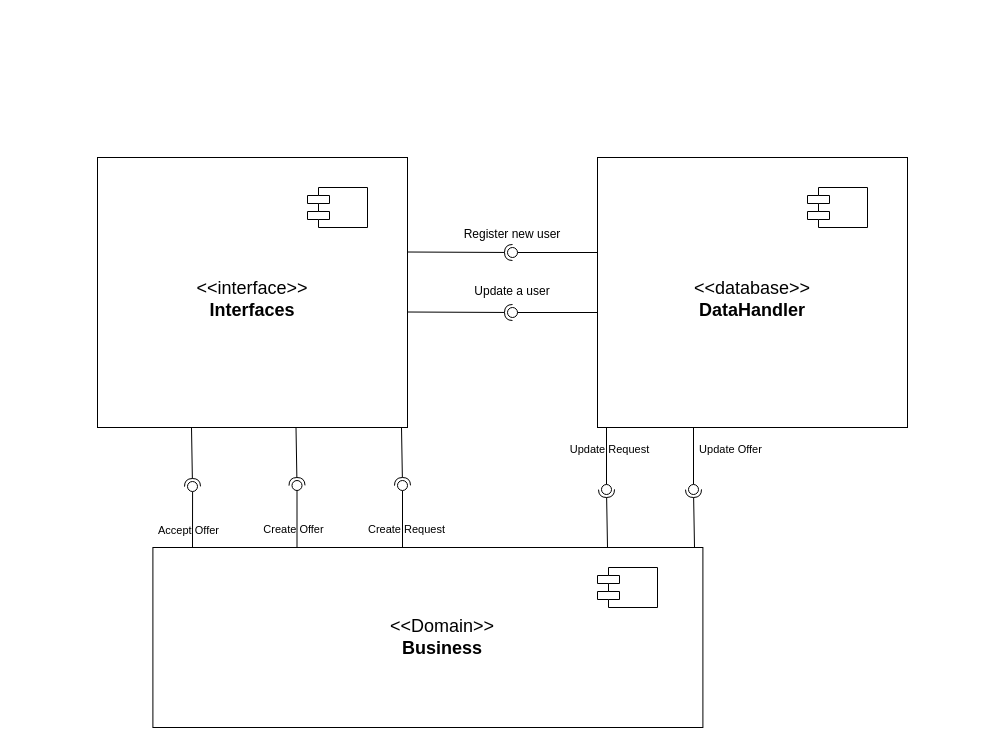
Earlier version of the draw.io diagram diagrams/Component Diagram.drawio (KareemMAX/CarApp). Source tidied: cells renumbered, new cells numbered last; positions are measured from the earlier drawing's top-left corner, leaving out a move shared by most shapes. Both pictures are drawn from the tidied source at 100%, with x=0, y=0 at pixel (97, 157).
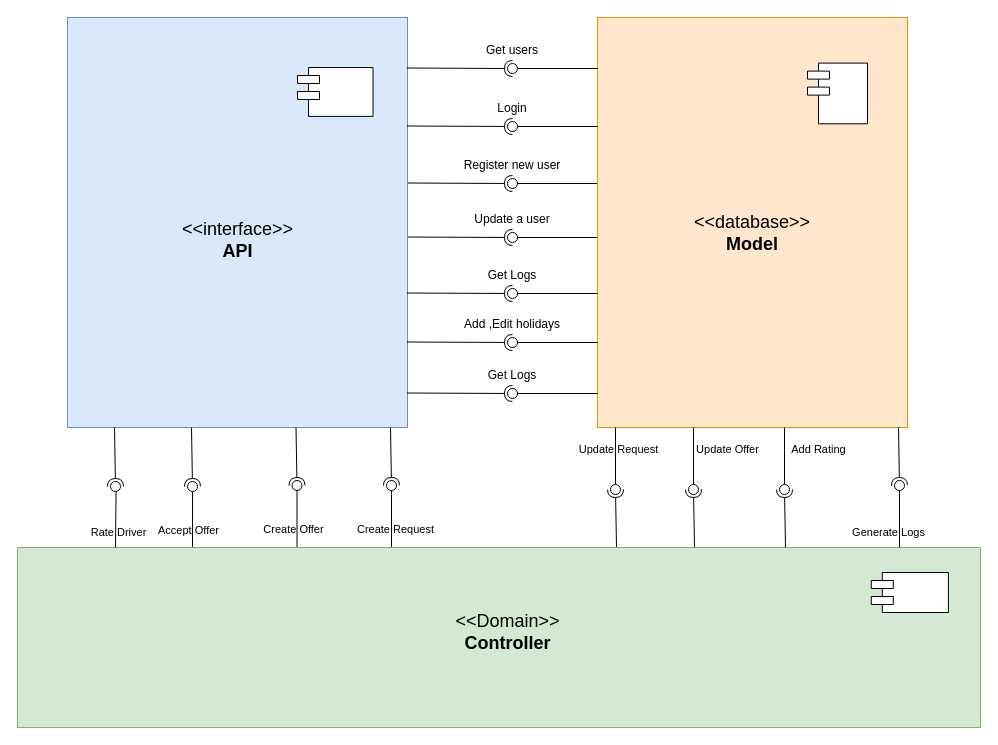
The same diagram, later.

Commit message (it also covers changes not shown here):
Fixed Component & systemdeco Diagrams

What changed in the source:
```diff
@@
     <mxCell id="2" value="&lt;font style=&quot;font-size: 12px&quot;&gt;Register new user&lt;/font&gt;" style="text;html=1;strokeColor=none;fillColor=none;align=center;verticalAlign=middle;whiteSpace=wrap;rounded=0;fontSize=18;" parent="1" vertex="1">
-      <mxGeometry x="350" y="60" width="130" height="30" as="geometry" />
+      <mxGeometry x="350" y="-9" width="130" height="30" as="geometry" />
     </mxCell>
     <mxCell id="3" value="&lt;font style=&quot;font-size: 12px&quot;&gt;Update a user&lt;/font&gt;" style="text;html=1;strokeColor=none;fillColor=none;align=center;verticalAlign=middle;whiteSpace=wrap;rounded=0;fontSize=18;" parent="1" vertex="1">
-      <mxGeometry x="350" y="117" width="130" height="30" as="geometry" />
+      <mxGeometry x="350" y="44" width="130" height="32" as="geometry" />
     </mxCell>
     <mxCell id="4" value="&lt;font style=&quot;font-size: 11px&quot;&gt;Create Request&lt;/font&gt;" style="text;html=1;strokeColor=none;fillColor=none;align=center;verticalAlign=middle;whiteSpace=wrap;rounded=0;fontSize=18;" parent="1" vertex="1">
-      <mxGeometry x="267" y="360" width="85" height="20" as="geometry" />
+      <mxGeometry x="256" y="360" width="85" height="20" as="geometry" />
     </mxCell>
     <mxCell id="5" style="group;" parent="1" vertex="1">
-      <mxGeometry x="309.4" y="90" width="190.6" height="10" as="geometry" />
+      <mxGeometry x="309.4" y="21" width="190.6" height="10" as="geometry" />
     </mxCell>
@@
     <mxCell id="9" style="group;" parent="1" vertex="1">
-      <mxGeometry x="309.4" y="150" width="190.6" height="10" as="geometry" />
+      <mxGeometry x="309.4" y="75" width="190.6" height="12" as="geometry" />
     </mxCell>
@@
     <mxCell id="13" style="group;" parent="1" vertex="1">
-      <mxGeometry x="500" width="310" height="270" as="geometry" />
+      <mxGeometry x="500" y="-140" width="310" height="410" as="geometry" />
     </mxCell>
-    <mxCell id="14" style="rounded=0;whiteSpace=wrap;html=1;" parent="13" vertex="1">
-      <mxGeometry width="310" height="270" as="geometry" />
+    <mxCell id="14" style="rounded=0;whiteSpace=wrap;html=1;fillColor=#ffe6cc;strokeColor=#d79b00;" parent="13" vertex="1">
+      <mxGeometry width="310" height="410" as="geometry" />
     </mxCell>
     <mxCell id="15" style="shape=module;align=left;spacingLeft=20;align=center;verticalAlign=top;jettyWidth=22;jettyHeight=8;" parent="13" vertex="1">
-      <mxGeometry x="210" y="30" width="60" height="40" as="geometry" />
+      <mxGeometry x="210" y="45.6" width="60" height="60.7" as="geometry" />
     </mxCell>
-    <mxCell id="16" value="&lt;font style=&quot;font-size: 18px&quot;&gt;&amp;lt;&amp;lt;database&amp;gt;&amp;gt;&lt;br&gt;&lt;font style=&quot;font-size: 18px&quot;&gt;&lt;b&gt;DataHandler&lt;/b&gt;&lt;/font&gt;&lt;/font&gt;" style="text;html=1;strokeColor=none;fillColor=none;align=center;verticalAlign=middle;whiteSpace=wrap;rounded=0;" parent="13" vertex="1">
-      <mxGeometry x="100" y="127" width="110" height="30" as="geometry" />
+    <mxCell id="16" value="&lt;font style=&quot;font-size: 18px&quot;&gt;&amp;lt;&amp;lt;database&amp;gt;&amp;gt;&lt;br&gt;&lt;font style=&quot;font-size: 18px&quot;&gt;&lt;b&gt;Model&lt;/b&gt;&lt;/font&gt;&lt;/font&gt;" style="text;html=1;strokeColor=none;fillColor=none;align=center;verticalAlign=middle;whiteSpace=wrap;rounded=0;" parent="13" vertex="1">
+      <mxGeometry x="100" y="192.9" width="110" height="45.6" as="geometry" />
     </mxCell>
-    <mxCell id="17" style="group;" parent="1" vertex="1">
-      <mxGeometry width="310" height="270" as="geometry" />
+    <mxCell id="17" style="group;fillColor=#dae8fc;strokeColor=#6c8ebf;" parent="1" vertex="1">
+      <mxGeometry x="-30" y="-60" width="340" height="330" as="geometry" />
     </mxCell>
-    <mxCell id="18" style="rounded=0;whiteSpace=wrap;html=1;" parent="17" vertex="1">
-      <mxGeometry width="310" height="270" as="geometry" />
+    <mxCell id="18" style="rounded=0;whiteSpace=wrap;html=1;fillColor=#dae8fc;strokeColor=#6c8ebf;" parent="17" vertex="1">
+      <mxGeometry y="-80" width="340" height="410" as="geometry" />
     </mxCell>
-    <mxCell id="19" style="shape=module;align=left;spacingLeft=20;align=center;verticalAlign=top;jettyWidth=22;jettyHeight=8;" parent="17" vertex="1">
-      <mxGeometry x="210" y="30" width="60" height="40" as="geometry" />
-    </mxCell>
-    <mxCell id="20" value="&lt;font style=&quot;font-size: 18px&quot;&gt;&amp;lt;&amp;lt;interface&amp;gt;&amp;gt;&lt;br&gt;&lt;font style=&quot;font-size: 18px&quot;&gt;&lt;b&gt;Interfaces&lt;/b&gt;&lt;/font&gt;&lt;/font&gt;" style="text;html=1;strokeColor=none;fillColor=none;align=center;verticalAlign=middle;whiteSpace=wrap;rounded=0;" parent="17" vertex="1">
-      <mxGeometry x="100" y="127" width="110" height="30" as="geometry" />
+    <mxCell id="20" value="&lt;font style=&quot;font-size: 18px&quot;&gt;&amp;lt;&amp;lt;interface&amp;gt;&amp;gt;&lt;br&gt;&lt;font style=&quot;font-size: 18px&quot;&gt;&lt;b&gt;API&lt;/b&gt;&lt;/font&gt;&lt;/font&gt;" style="text;html=1;strokeColor=none;fillColor=none;align=center;verticalAlign=middle;whiteSpace=wrap;rounded=0;" parent="17" vertex="1">
+      <mxGeometry x="109.7" y="124.2" width="120.6" height="36.7" as="geometry" />
     </mxCell>
-    <mxCell id="21" style="group;" parent="1" vertex="1">
-      <mxGeometry x="385" y="300" width="310" height="270" as="geometry" />
-    </mxCell>
-    <mxCell id="22" style="rounded=0;whiteSpace=wrap;html=1;" parent="21" vertex="1">
-      <mxGeometry x="-329.6" y="90" width="550" height="180" as="geometry" />
-    </mxCell>
-    <mxCell id="23" style="shape=module;align=left;spacingLeft=20;align=center;verticalAlign=top;jettyWidth=22;jettyHeight=8;" parent="21" vertex="1">
-      <mxGeometry x="115" y="110" width="60" height="40" as="geometry" />
-    </mxCell>
@@
     <mxCell id="34" style="group;rotation=-180;" parent="1" vertex="1">
-      <mxGeometry x="300" y="270" width="10" height="120" as="geometry" />
+      <mxGeometry x="289" y="270" width="10" height="120" as="geometry" />
     </mxCell>
@@
     <mxCell id="42" value="&lt;font style=&quot;font-size: 11px&quot;&gt;Update Offer&lt;/font&gt;" style="text;html=1;strokeColor=none;fillColor=none;align=center;verticalAlign=middle;whiteSpace=wrap;rounded=0;fontSize=18;" parent="1" vertex="1">
-      <mxGeometry x="591" y="280" width="85" height="20" as="geometry" />
+      <mxGeometry x="588" y="280" width="85" height="20" as="geometry" />
     </mxCell>
     <mxCell id="43" style="group;rotation=0;" parent="1" vertex="1">
-      <mxGeometry x="504" y="270" width="10" height="120" as="geometry" />
+      <mxGeometry x="513" y="270" width="10" height="120" as="geometry" />
     </mxCell>
@@
     <mxCell id="47" value="&lt;font style=&quot;font-size: 11px&quot;&gt;Update Request&lt;/font&gt;" style="text;html=1;strokeColor=none;fillColor=none;align=center;verticalAlign=middle;whiteSpace=wrap;rounded=0;fontSize=18;" parent="1" vertex="1">
-      <mxGeometry x="470" y="280" width="85" height="20" as="geometry" />
+      <mxGeometry x="479" y="280" width="85" height="20" as="geometry" />
     </mxCell>
+    <mxCell id="49" value="&lt;font style=&quot;font-size: 12px&quot;&gt;Get Logs&lt;/font&gt;" style="text;html=1;strokeColor=none;fillColor=none;align=center;verticalAlign=middle;whiteSpace=wrap;rounded=0;fontSize=18;" parent="1" vertex="1">
+      <mxGeometry x="350" y="100" width="130" height="32" as="geometry" />
+    </mxCell>
+    <mxCell id="50" style="group;" parent="1" vertex="1">
+      <mxGeometry x="309.4" y="131" width="190.6" height="12" as="geometry" />
+    </mxCell>
+    <mxCell id="51" style="ellipse;whiteSpace=wrap;html=1;align=center;points=[];outlineConnect=0;sketch=0;" parent="50" vertex="1">
+      <mxGeometry x="100.6" width="10" height="10" as="geometry" />
+    </mxCell>
+    <mxCell id="52" style="rounded=0;jettySize=auto;html=1;endArrow=halfCircle;endFill=0;entryX=0.5;entryY=0.5;endSize=6;strokeWidth=1;sketch=0;exitX=0.998;exitY=0.561;exitDx=0;exitDy=0;exitPerimeter=0;" parent="50" edge="1" target="51">
+      <mxGeometry relative="1" as="geometry">
+        <mxPoint y="4.5" as="sourcePoint" />
+      </mxGeometry>
+    </mxCell>
+    <mxCell id="53" style="rounded=0;jettySize=auto;html=1;endArrow=none;endFill=0;sketch=0;sourcePerimeterSpacing=0;targetPerimeterSpacing=0;exitX=0;exitY=0.563;exitDx=0;exitDy=0;exitPerimeter=0;" parent="50" edge="1" target="51">
+      <mxGeometry relative="1" as="geometry">
+        <mxPoint x="190.6" y="5" as="sourcePoint" />
+      </mxGeometry>
+    </mxCell>
+    <mxCell id="54" style="group;fillColor=#d5e8d4;strokeColor=#82b366;" parent="1" vertex="1">
+      <mxGeometry x="-80" y="390" width="963" height="180" as="geometry" />
+    </mxCell>
+    <mxCell id="22" style="rounded=0;whiteSpace=wrap;html=1;fillColor=#d5e8d4;strokeColor=#82b366;" parent="54" vertex="1">
+      <mxGeometry width="963" height="180" as="geometry" />
+    </mxCell>
+    <mxCell id="23" style="shape=module;align=left;spacingLeft=20;align=center;verticalAlign=top;jettyWidth=22;jettyHeight=8;" parent="54" vertex="1">
+      <mxGeometry x="853.8" y="25" width="77.1" height="40" as="geometry" />
+    </mxCell>
-    <mxCell id="48" value="&lt;font style=&quot;font-size: 18px&quot;&gt;&amp;lt;&amp;lt;Domain&amp;gt;&amp;gt;&lt;br&gt;&lt;font style=&quot;font-size: 18px&quot;&gt;&lt;b&gt;Business&lt;/b&gt;&lt;/font&gt;&lt;/font&gt;" style="text;html=1;strokeColor=none;fillColor=none;align=center;verticalAlign=middle;whiteSpace=wrap;rounded=0;" parent="1" vertex="1">
-      <mxGeometry x="290" y="465" width="110" height="30" as="geometry" />
+    <mxCell id="48" value="&lt;font style=&quot;font-size: 18px&quot;&gt;&amp;lt;&amp;lt;Domain&amp;gt;&amp;gt;&lt;br&gt;&lt;font style=&quot;font-size: 18px&quot;&gt;&lt;b&gt;Controller&lt;/b&gt;&lt;/font&gt;&lt;/font&gt;" style="text;html=1;strokeColor=none;fillColor=none;align=center;verticalAlign=middle;whiteSpace=wrap;rounded=0;" parent="54" vertex="1">
+      <mxGeometry x="419.5" y="70" width="141.3" height="30" as="geometry" />
     </mxCell>
+    <mxCell id="55" style="group;rotation=-180;" parent="1" vertex="1">
+      <mxGeometry x="797" y="270" width="10" height="120" as="geometry" />
+    </mxCell>
+    <mxCell id="56" style="rounded=0;jettySize=auto;html=1;endArrow=none;endFill=0;sketch=0;sourcePerimeterSpacing=0;targetPerimeterSpacing=0;fontSize=12;" parent="55" edge="1" target="58">
+      <mxGeometry relative="1" as="geometry">
+        <mxPoint x="5" y="120" as="sourcePoint" />
+      </mxGeometry>
+    </mxCell>
+    <mxCell id="57" style="rounded=0;jettySize=auto;html=1;endArrow=halfCircle;endFill=0;entryX=0.5;entryY=0.5;endSize=6;strokeWidth=1;sketch=0;fontSize=12;exitX=0.175;exitY=0;exitDx=0;exitDy=0;exitPerimeter=0;" parent="55" edge="1" target="58">
+      <mxGeometry relative="1" as="geometry">
+        <mxPoint x="4" as="sourcePoint" />
+      </mxGeometry>
+    </mxCell>
+    <mxCell id="58" style="ellipse;whiteSpace=wrap;html=1;align=center;points=[];outlineConnect=0;sketch=0;fontSize=12;rotation=-180;" parent="55" vertex="1">
+      <mxGeometry y="53" width="10" height="10" as="geometry" />
+    </mxCell>
+    <mxCell id="59" value="&lt;font style=&quot;font-size: 11px&quot;&gt;Generate Logs&lt;/font&gt;" style="text;html=1;strokeColor=none;fillColor=none;align=center;verticalAlign=middle;whiteSpace=wrap;rounded=0;fontSize=18;" parent="1" vertex="1">
+      <mxGeometry x="749" y="363" width="85" height="20" as="geometry" />
+    </mxCell>
+    <mxCell id="60" value="&lt;font style=&quot;font-size: 12px&quot;&gt;Add ,Edit holidays&lt;/font&gt;" style="text;html=1;strokeColor=none;fillColor=none;align=center;verticalAlign=middle;whiteSpace=wrap;rounded=0;fontSize=18;" parent="1" vertex="1">
+      <mxGeometry x="350" y="149" width="130" height="32" as="geometry" />
+    </mxCell>
+    <mxCell id="61" style="group;" parent="1" vertex="1">
+      <mxGeometry x="309.4" y="180" width="190.6" height="12" as="geometry" />
+    </mxCell>
+    <mxCell id="62" style="ellipse;whiteSpace=wrap;html=1;align=center;points=[];outlineConnect=0;sketch=0;" parent="61" vertex="1">
+      <mxGeometry x="100.6" width="10" height="10" as="geometry" />
+    </mxCell>
+    <mxCell id="63" style="rounded=0;jettySize=auto;html=1;endArrow=halfCircle;endFill=0;entryX=0.5;entryY=0.5;endSize=6;strokeWidth=1;sketch=0;exitX=0.998;exitY=0.561;exitDx=0;exitDy=0;exitPerimeter=0;" parent="61" edge="1" target="62">
+      <mxGeometry relative="1" as="geometry">
+        <mxPoint y="4.5" as="sourcePoint" />
+      </mxGeometry>
+    </mxCell>
+    <mxCell id="64" style="rounded=0;jettySize=auto;html=1;endArrow=none;endFill=0;sketch=0;sourcePerimeterSpacing=0;targetPerimeterSpacing=0;exitX=0;exitY=0.563;exitDx=0;exitDy=0;exitPerimeter=0;" parent="61" edge="1" target="62">
+      <mxGeometry relative="1" as="geometry">
+        <mxPoint x="190.6" y="5" as="sourcePoint" />
+      </mxGeometry>
+    </mxCell>
+    <mxCell id="65" value="&lt;font style=&quot;font-size: 12px&quot;&gt;Get Logs&lt;/font&gt;" style="text;html=1;strokeColor=none;fillColor=none;align=center;verticalAlign=middle;whiteSpace=wrap;rounded=0;fontSize=18;" parent="1" vertex="1">
+      <mxGeometry x="350" y="200" width="130" height="32" as="geometry" />
+    </mxCell>
+    <mxCell id="66" style="group;" parent="1" vertex="1">
+      <mxGeometry x="309.4" y="231" width="190.6" height="12" as="geometry" />
+    </mxCell>
+    <mxCell id="67" style="ellipse;whiteSpace=wrap;html=1;align=center;points=[];outlineConnect=0;sketch=0;" parent="66" vertex="1">
+      <mxGeometry x="100.6" width="10" height="10" as="geometry" />
+    </mxCell>
+    <mxCell id="68" style="rounded=0;jettySize=auto;html=1;endArrow=halfCircle;endFill=0;entryX=0.5;entryY=0.5;endSize=6;strokeWidth=1;sketch=0;exitX=0.998;exitY=0.561;exitDx=0;exitDy=0;exitPerimeter=0;" parent="66" edge="1" target="67">
+      <mxGeometry relative="1" as="geometry">
+        <mxPoint y="4.5" as="sourcePoint" />
+      </mxGeometry>
+    </mxCell>
+    <mxCell id="69" style="rounded=0;jettySize=auto;html=1;endArrow=none;endFill=0;sketch=0;sourcePerimeterSpacing=0;targetPerimeterSpacing=0;exitX=0;exitY=0.563;exitDx=0;exitDy=0;exitPerimeter=0;" parent="66" edge="1" target="67">
+      <mxGeometry relative="1" as="geometry">
+        <mxPoint x="190.6" y="5" as="sourcePoint" />
+      </mxGeometry>
+    </mxCell>
+    <mxCell id="70" style="group;" parent="1" vertex="1">
+      <mxGeometry x="309.4" y="-94" width="190.6" height="10" as="geometry" />
+    </mxCell>
+    <mxCell id="71" style="rounded=0;jettySize=auto;html=1;endArrow=none;endFill=0;sketch=0;sourcePerimeterSpacing=0;targetPerimeterSpacing=0;exitX=0;exitY=0.563;exitDx=0;exitDy=0;exitPerimeter=0;" parent="70" edge="1" target="73">
+      <mxGeometry relative="1" as="geometry">
+        <mxPoint x="190.6" y="5" as="sourcePoint" />
+      </mxGeometry>
+    </mxCell>
+    <mxCell id="72" style="rounded=0;jettySize=auto;html=1;endArrow=halfCircle;endFill=0;entryX=0.5;entryY=0.5;endSize=6;strokeWidth=1;sketch=0;exitX=0.998;exitY=0.561;exitDx=0;exitDy=0;exitPerimeter=0;" parent="70" edge="1" target="73">
+      <mxGeometry relative="1" as="geometry">
+        <mxPoint y="4.5" as="sourcePoint" />
+      </mxGeometry>
+    </mxCell>
+    <mxCell id="73" style="ellipse;whiteSpace=wrap;html=1;align=center;points=[];outlineConnect=0;sketch=0;" parent="70" vertex="1">
+      <mxGeometry x="100.6" width="10" height="10" as="geometry" />
+    </mxCell>
+    <mxCell id="74" value="&lt;font style=&quot;font-size: 12px&quot;&gt;Get users&lt;br&gt;&lt;/font&gt;" style="text;html=1;strokeColor=none;fillColor=none;align=center;verticalAlign=middle;whiteSpace=wrap;rounded=0;fontSize=18;" parent="1" vertex="1">
+      <mxGeometry x="350" y="-124" width="130" height="30" as="geometry" />
+    </mxCell>
+    <mxCell id="19" style="shape=module;align=left;spacingLeft=20;align=center;verticalAlign=top;jettyWidth=22;jettyHeight=8;" parent="1" vertex="1">
+      <mxGeometry x="200" y="-90" width="75.5" height="48.9" as="geometry" />
+    </mxCell>
+    <mxCell id="75" value="&lt;font style=&quot;font-size: 12px&quot;&gt;Login&lt;br&gt;&lt;/font&gt;" style="text;html=1;strokeColor=none;fillColor=none;align=center;verticalAlign=middle;whiteSpace=wrap;rounded=0;fontSize=18;" parent="1" vertex="1">
+      <mxGeometry x="350" y="-66" width="130" height="30" as="geometry" />
+    </mxCell>
+    <mxCell id="76" style="group;" parent="1" vertex="1">
+      <mxGeometry x="309.4" y="-36" width="190.6" height="10" as="geometry" />
+    </mxCell>
+    <mxCell id="77" style="rounded=0;jettySize=auto;html=1;endArrow=none;endFill=0;sketch=0;sourcePerimeterSpacing=0;targetPerimeterSpacing=0;exitX=0;exitY=0.563;exitDx=0;exitDy=0;exitPerimeter=0;" parent="76" edge="1" target="79">
+      <mxGeometry relative="1" as="geometry">
+        <mxPoint x="190.6" y="5" as="sourcePoint" />
+      </mxGeometry>
+    </mxCell>
+    <mxCell id="78" style="rounded=0;jettySize=auto;html=1;endArrow=halfCircle;endFill=0;entryX=0.5;entryY=0.5;endSize=6;strokeWidth=1;sketch=0;exitX=0.998;exitY=0.561;exitDx=0;exitDy=0;exitPerimeter=0;" parent="76" edge="1" target="79">
+      <mxGeometry relative="1" as="geometry">
+        <mxPoint y="4.5" as="sourcePoint" />
+      </mxGeometry>
+    </mxCell>
+    <mxCell id="79" style="ellipse;whiteSpace=wrap;html=1;align=center;points=[];outlineConnect=0;sketch=0;" parent="76" vertex="1">
+      <mxGeometry x="100.6" width="10" height="10" as="geometry" />
+    </mxCell>
+    <mxCell id="80" value="&lt;span style=&quot;font-size: 11px&quot;&gt;Add Rating&lt;/span&gt;" style="text;html=1;strokeColor=none;fillColor=none;align=center;verticalAlign=middle;whiteSpace=wrap;rounded=0;fontSize=18;" parent="1" vertex="1">
+      <mxGeometry x="679" y="280" width="85" height="20" as="geometry" />
+    </mxCell>
+    <mxCell id="81" style="group;rotation=0;" parent="1" vertex="1">
+      <mxGeometry x="682" y="270" width="10" height="120" as="geometry" />
+    </mxCell>
+    <mxCell id="82" style="rounded=0;jettySize=auto;html=1;endArrow=none;endFill=0;sketch=0;sourcePerimeterSpacing=0;targetPerimeterSpacing=0;fontSize=12;" parent="81" edge="1" target="84">
+      <mxGeometry relative="1" as="geometry">
+        <mxPoint x="5" as="sourcePoint" />
+      </mxGeometry>
+    </mxCell>
+    <mxCell id="83" style="rounded=0;jettySize=auto;html=1;endArrow=halfCircle;endFill=0;entryX=0.5;entryY=0.5;endSize=6;strokeWidth=1;sketch=0;fontSize=12;exitX=0.175;exitY=0;exitDx=0;exitDy=0;exitPerimeter=0;" parent="81" edge="1" target="84">
+      <mxGeometry relative="1" as="geometry">
+        <mxPoint x="6" y="120" as="sourcePoint" />
+      </mxGeometry>
+    </mxCell>
+    <mxCell id="84" style="ellipse;whiteSpace=wrap;html=1;align=center;points=[];outlineConnect=0;sketch=0;fontSize=12;rotation=0;" parent="81" vertex="1">
+      <mxGeometry y="57" width="10" height="10" as="geometry" />
+    </mxCell>
+    <mxCell id="85" value="&lt;span style=&quot;font-size: 11px&quot;&gt;Rate Driver&lt;/span&gt;" style="text;html=1;strokeColor=none;fillColor=none;align=center;verticalAlign=middle;whiteSpace=wrap;rounded=0;fontSize=18;" parent="1" vertex="1">
+      <mxGeometry x="-21.5" y="363" width="85" height="20" as="geometry" />
+    </mxCell>
+    <mxCell id="86" style="group;rotation=-180;" parent="1" vertex="1">
+      <mxGeometry x="13" y="270" width="10" height="120" as="geometry" />
+    </mxCell>
+    <mxCell id="87" style="rounded=0;jettySize=auto;html=1;endArrow=none;endFill=0;sketch=0;sourcePerimeterSpacing=0;targetPerimeterSpacing=0;fontSize=12;" parent="86" edge="1" target="89">
+      <mxGeometry relative="1" as="geometry">
+        <mxPoint x="5" y="120" as="sourcePoint" />
+      </mxGeometry>
+    </mxCell>
+    <mxCell id="88" style="rounded=0;jettySize=auto;html=1;endArrow=halfCircle;endFill=0;entryX=0.5;entryY=0.5;endSize=6;strokeWidth=1;sketch=0;fontSize=12;exitX=0.175;exitY=0;exitDx=0;exitDy=0;exitPerimeter=0;" parent="86" edge="1" target="89">
+      <mxGeometry relative="1" as="geometry">
+        <mxPoint x="4" as="sourcePoint" />
+      </mxGeometry>
+    </mxCell>
+    <mxCell id="89" style="ellipse;whiteSpace=wrap;html=1;align=center;points=[];outlineConnect=0;sketch=0;fontSize=12;rotation=-180;" parent="86" vertex="1">
+      <mxGeometry y="54" width="10" height="10" as="geometry" />
+    </mxCell>
```
